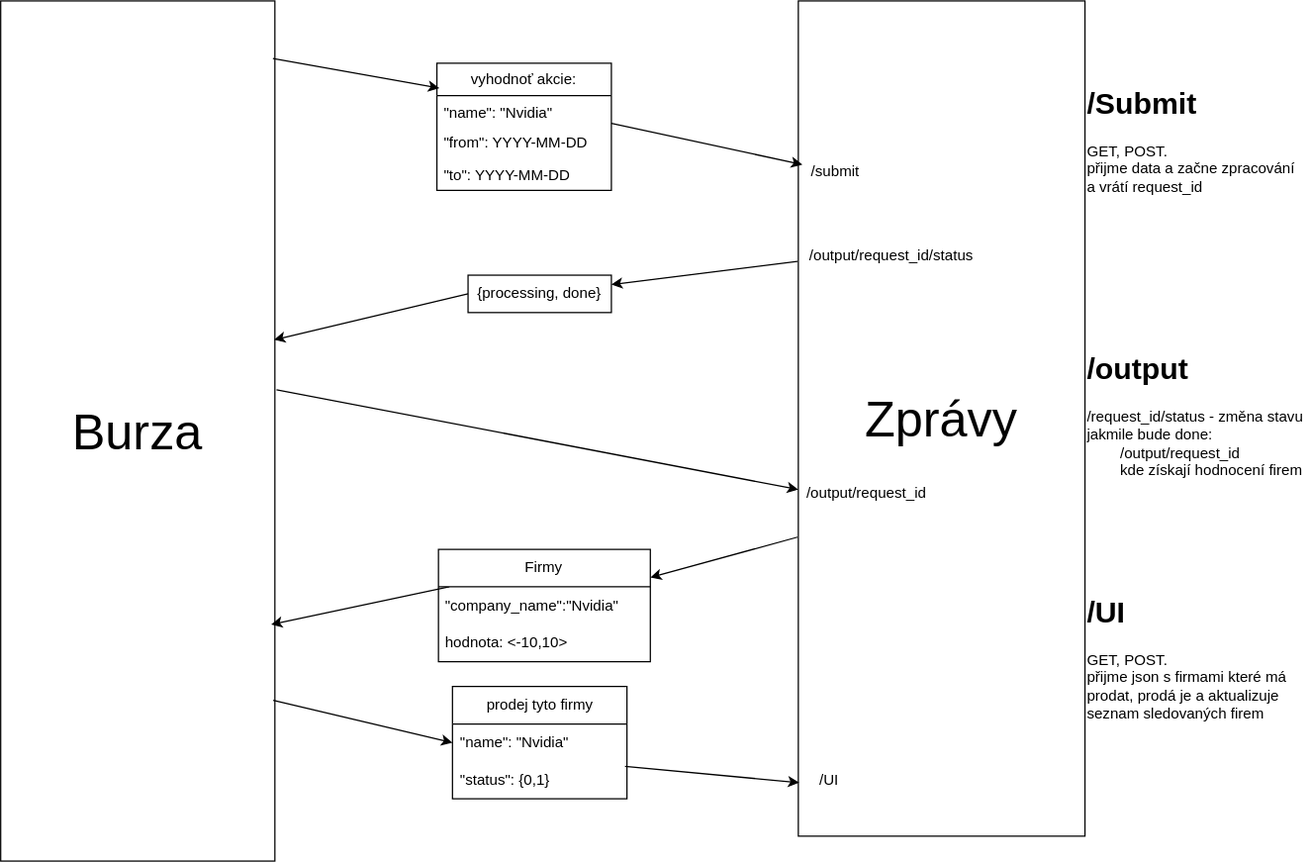
This is Dokumentace/komunikace.svg from Granc3k/STIN_ZPRAVY, a draw.io export, as it was before one commit. Source tidied: cells renumbered, new cells last; positions are measured from the earlier drawing's top-left corner, leaving out a move shared by most shapes.
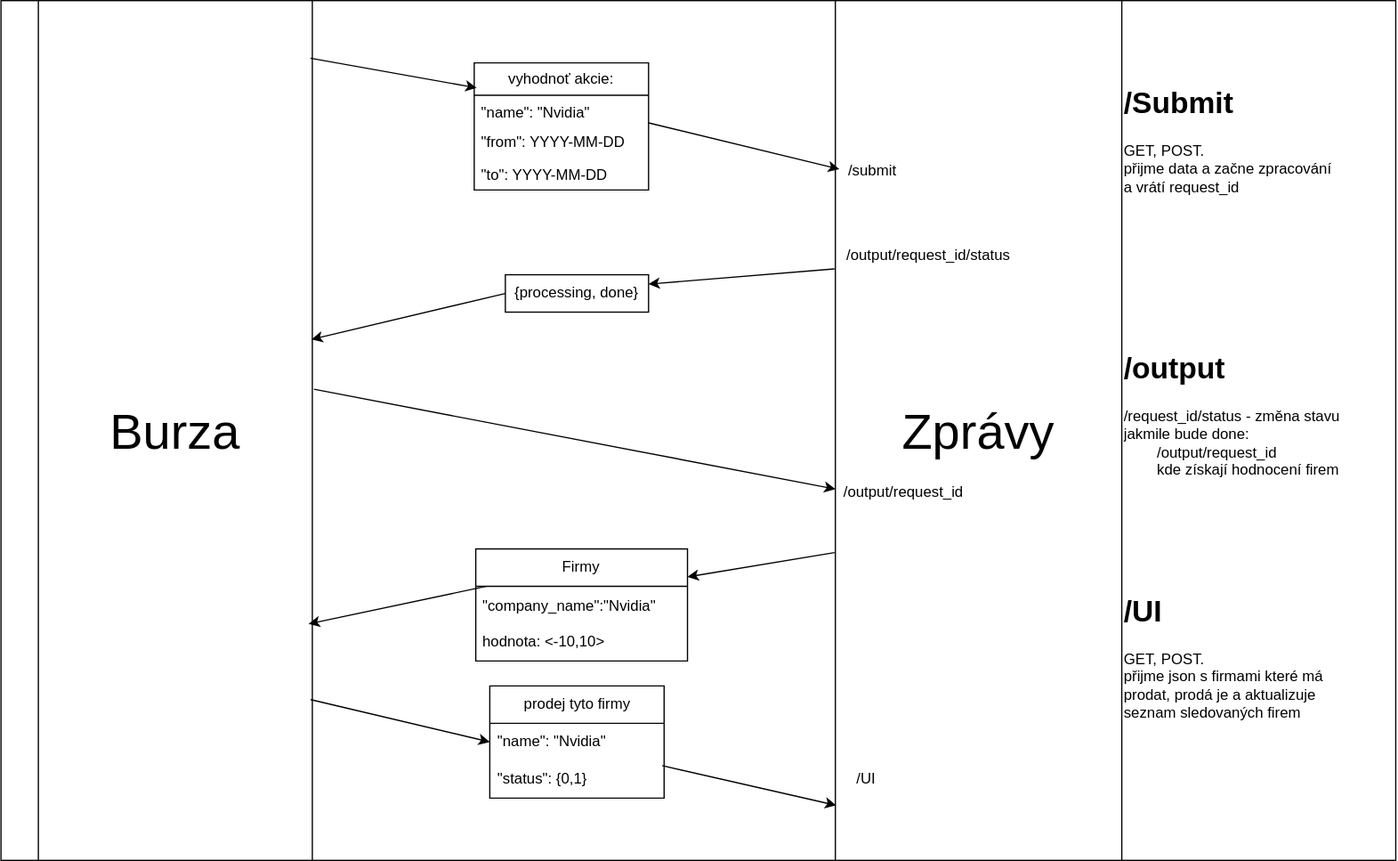
After the change.

Commit message:
change comunication background, add nickname

What changed in the source:
```diff
@@ -2,11 +2,14 @@
   <root>
     <mxCell id="0" />
     <mxCell id="1" parent="0" />
+    <mxCell id="30" style="rounded=0;whiteSpace=wrap;html=1;" parent="1" vertex="1">
+      <mxGeometry x="-30" width="1120" height="690" as="geometry" />
+    </mxCell>
     <mxCell id="2" value="&lt;font style=&quot;font-size: 40px;&quot;&gt;Burza&lt;/font&gt;" style="rounded=0;whiteSpace=wrap;html=1;" parent="1" vertex="1">
       <mxGeometry width="220" height="690" as="geometry" />
     </mxCell>
     <mxCell id="3" value="&lt;font style=&quot;font-size: 40px;&quot;&gt;Zprávy&lt;/font&gt;" style="rounded=0;whiteSpace=wrap;html=1;" parent="1" vertex="1">
-      <mxGeometry x="640" width="230" height="670" as="geometry" />
+      <mxGeometry x="640" width="230" height="690" as="geometry" />
     </mxCell>
     <mxCell id="4" style="endArrow=classic;html=1;rounded=0;exitX=1;exitY=0.923;exitDx=0;exitDy=0;exitPerimeter=0;entryX=0.014;entryY=0.196;entryDx=0;entryDy=0;entryPerimeter=0;" parent="1" edge="1" source="7" target="3">
       <mxGeometry relative="1" as="geometry" />
```
